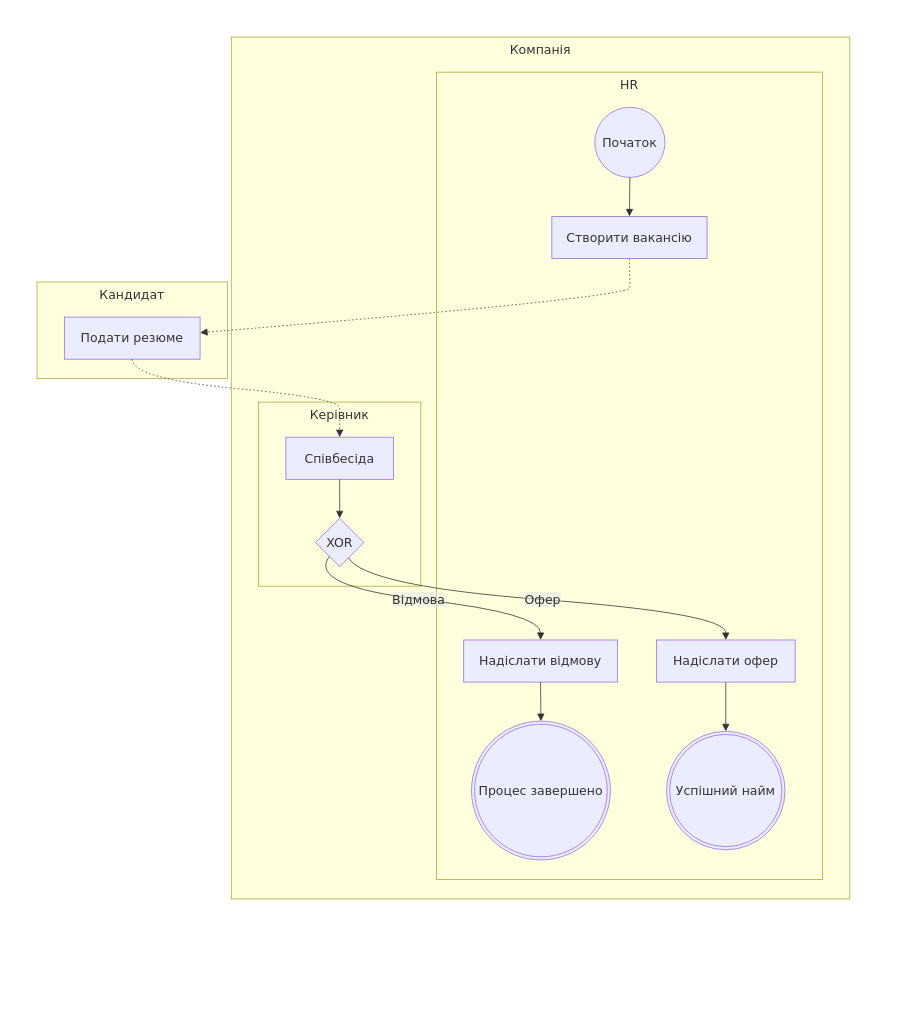
Earlier version of the draw.io diagram docs/sprint1/bpmn/01_hiring.drawio (moggd/tzyaps). Source tidied: cells renumbered, new cells numbered last; positions are measured from the earlier drawing's top-left corner, leaving out a move shared by most shapes. Both pictures are drawn from the tidied source at 78%, with x=0, y=0 at pixel (13, 13).
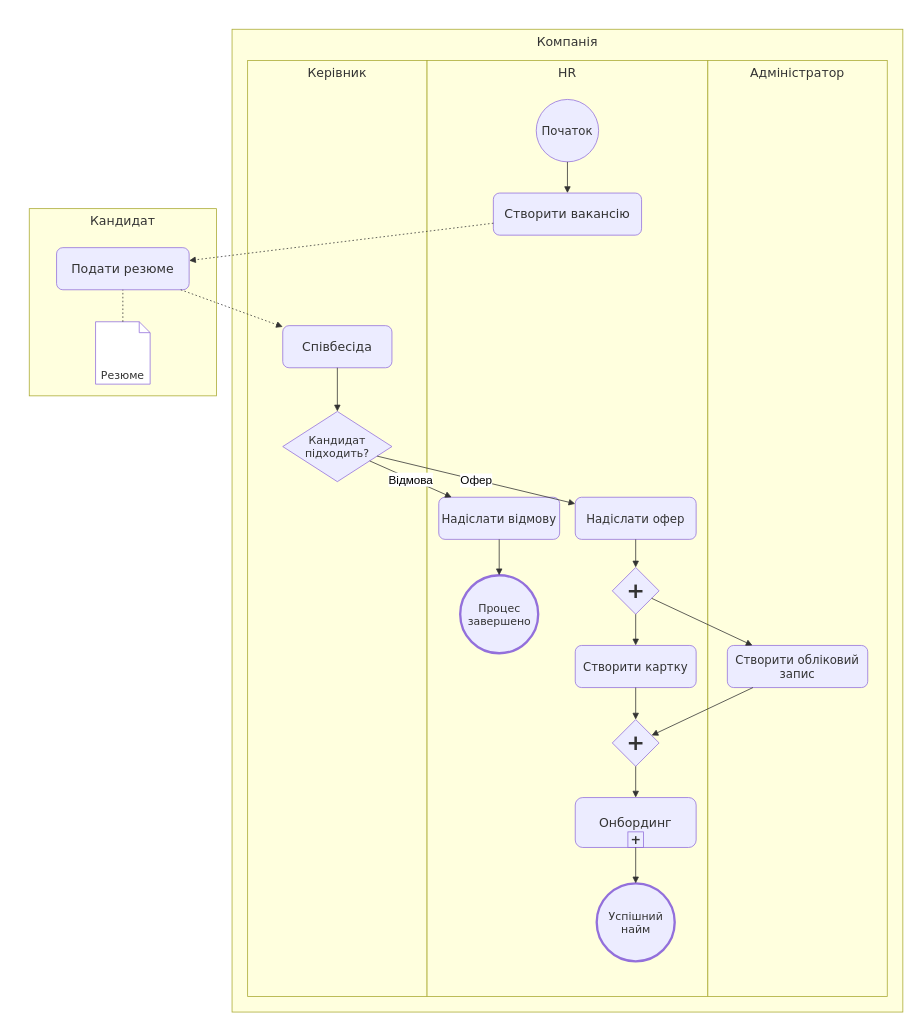
Above is the later version.

Diff of the diagram source:
```diff
@@
-    <mxCell id="2" style="group;transparentBounds=1;editIcon=1;lockedGroup=0;groupPadding=10;" parent="1" vertex="1">
-      <mxGeometry as="geometry" />
-    </mxCell>
+    <mxCell id="20" value="Кандидат" style="html=1;whiteSpace=wrap;strokeWidth=1;verticalAlign=top;fillColor=light-dark(#ffffde,#1f2020);strokeColor=light-dark(#aaaa33,#cccccc);fontColor=light-dark(#333333,#cccccc);fontFamily=Trebuchet MS,Verdana,Arial,sans-serif;fontSize=16;" parent="1" vertex="1">
+      <mxGeometry x="20" y="250" width="240" height="240" as="geometry" />
+    </mxCell>
+    <mxCell id="21" value="Подати резюме" style="rounded=1;whiteSpace=wrap;html=1;strokeWidth=1;fillColor=light-dark(#ECECFF,#1f2020);strokeColor=light-dark(#9370DB,#cccccc);fontColor=light-dark(#333333,#cccccc);fontFamily=Trebuchet MS,Verdana,Arial,sans-serif;fontSize=16;" parent="20" vertex="1">
+      <mxGeometry x="35" y="50" width="170" height="54" as="geometry" />
+    </mxCell>
+    <mxCell id="24" value="Резюме" style="shape=note;whiteSpace=wrap;html=1;size=14;verticalAlign=bottom;fillColor=light-dark(#ffffff,#1f2020);strokeColor=light-dark(#9370DB,#cccccc);fontColor=light-dark(#333333,#cccccc);fontFamily=Trebuchet MS,Verdana,Arial,sans-serif;fontSize=14;" parent="20" vertex="1">
+      <mxGeometry x="85" y="145" width="70" height="80" as="geometry" />
+    </mxCell>
+    <mxCell id="25" style="endArrow=none;dashed=1;dashPattern=2 3;html=1;strokeColor=light-dark(#333333,#cccccc);" parent="20" edge="1" source="24" target="21">
+      <mxGeometry relative="1" as="geometry" />
+    </mxCell>
-    <mxCell id="3" value="Компанія" style="html=1;whiteSpace=wrap;strokeWidth=1;verticalAlign=top;fillColor=light-dark(#ffffde,#1f2020);strokeColor=light-dark(#aaaa33,#cccccc);fontColor=light-dark(#333333,#cccccc);fontFamily=Trebuchet MS,Verdana,Arial,sans-serif;fontSize=16;" parent="2" vertex="1">
-      <mxGeometry x="279" y="30" width="793" height="1105" as="geometry" />
+    <mxCell id="3" value="Компанія" style="html=1;whiteSpace=wrap;strokeWidth=1;verticalAlign=top;fillColor=light-dark(#ffffde,#1f2020);strokeColor=light-dark(#aaaa33,#cccccc);fontColor=light-dark(#333333,#cccccc);fontFamily=Trebuchet MS,Verdana,Arial,sans-serif;fontSize=16;" parent="1" vertex="1">
+      <mxGeometry x="280" y="20" width="860" height="1260" as="geometry" />
     </mxCell>
+    <mxCell id="14" value="Керівник" style="html=1;whiteSpace=wrap;strokeWidth=1;verticalAlign=top;fillColor=light-dark(#ffffde,#1f2020);strokeColor=light-dark(#aaaa33,#cccccc);fontColor=light-dark(#333333,#cccccc);fontFamily=Trebuchet MS,Verdana,Arial,sans-serif;fontSize=16;" parent="3" vertex="1">
+      <mxGeometry x="20" y="40" width="230" height="1200" as="geometry" />
+    </mxCell>
+    <mxCell id="15" value="Співбесіда" style="rounded=1;whiteSpace=wrap;html=1;strokeWidth=1;fillColor=light-dark(#ECECFF,#1f2020);strokeColor=light-dark(#9370DB,#cccccc);fontColor=light-dark(#333333,#cccccc);fontFamily=Trebuchet MS,Verdana,Arial,sans-serif;fontSize=16;" parent="14" vertex="1">
+      <mxGeometry x="45" y="340" width="140" height="54" as="geometry" />
+    </mxCell>
+    <mxCell id="26" value="Кандидат підходить?" style="rhombus;whiteSpace=wrap;html=1;strokeWidth=1;fillColor=light-dark(#ECECFF,#1f2020);strokeColor=light-dark(#9370DB,#cccccc);fontColor=light-dark(#333333,#cccccc);fontFamily=Trebuchet MS,Verdana,Arial,sans-serif;fontSize=14;" parent="14" vertex="1">
+      <mxGeometry x="45" y="450" width="140" height="90" as="geometry" />
+    </mxCell>
+    <mxCell id="27" style="endArrow=block;endFill=1;html=1;strokeColor=light-dark(#333333,#cccccc);" parent="14" edge="1" source="15" target="26">
+      <mxGeometry relative="1" as="geometry" />
+    </mxCell>
     <mxCell id="4" value="HR" style="html=1;whiteSpace=wrap;strokeWidth=1;verticalAlign=top;fillColor=light-dark(#ffffde,#1f2020);strokeColor=light-dark(#aaaa33,#cccccc);fontColor=light-dark(#333333,#cccccc);fontFamily=Trebuchet MS,Verdana,Arial,sans-serif;fontSize=16;" parent="3" vertex="1">
-      <mxGeometry x="263" y="45" width="495" height="1035" as="geometry" />
+      <mxGeometry x="250" y="40" width="360" height="1200" as="geometry" />
     </mxCell>
-    <mxCell id="5" value="Початок" style="ellipse;html=1;strokeWidth=1;whiteSpace=wrap;fillColor=light-dark(#ECECFF,#1f2020);strokeColor=light-dark(#9370DB,#cccccc);fontColor=light-dark(#333333,#cccccc);fontFamily=Trebuchet MS,Verdana,Arial,sans-serif;fontSize=16;" parent="4" vertex="1">
-      <mxGeometry x="203" y="45" width="90" height="90" as="geometry" />
+    <mxCell id="5" value="Початок" style="ellipse;whiteSpace=wrap;html=1;strokeWidth=1;fillColor=light-dark(#ECECFF,#1f2020);strokeColor=light-dark(#9370DB,#cccccc);fontColor=light-dark(#333333,#cccccc);fontFamily=Trebuchet MS,Verdana,Arial,sans-serif;fontSize=15;" parent="4" vertex="1">
+      <mxGeometry x="140" y="50" width="80" height="80" as="geometry" />
     </mxCell>
-    <mxCell id="6" value="Створити вакансію" style="html=1;whiteSpace=wrap;strokeWidth=1;fillColor=light-dark(#ECECFF,#1f2020);strokeColor=light-dark(#9370DB,#cccccc);fontColor=light-dark(#333333,#cccccc);fontFamily=Trebuchet MS,Verdana,Arial,sans-serif;fontSize=16;" parent="4" vertex="1">
-      <mxGeometry x="148" y="185" width="199" height="54" as="geometry" />
+    <mxCell id="6" value="Створити вакансію" style="rounded=1;whiteSpace=wrap;html=1;strokeWidth=1;fillColor=light-dark(#ECECFF,#1f2020);strokeColor=light-dark(#9370DB,#cccccc);fontColor=light-dark(#333333,#cccccc);fontFamily=Trebuchet MS,Verdana,Arial,sans-serif;fontSize=16;" parent="4" vertex="1">
+      <mxGeometry x="85" y="170" width="190" height="54" as="geometry" />
     </mxCell>
-    <mxCell id="7" value="Надіслати офер" style="html=1;whiteSpace=wrap;strokeWidth=1;fillColor=light-dark(#ECECFF,#1f2020);strokeColor=light-dark(#9370DB,#cccccc);fontColor=light-dark(#333333,#cccccc);fontFamily=Trebuchet MS,Verdana,Arial,sans-serif;fontSize=16;" parent="4" vertex="1">
-      <mxGeometry x="282" y="728" width="178" height="54" as="geometry" />
-    </mxCell>
-    <mxCell id="8" value="Успішний найм" style="ellipse;html=1;shape=doubleEllipse;strokeWidth=1;whiteSpace=wrap;fillColor=light-dark(#ECECFF,#1f2020);strokeColor=light-dark(#9370DB,#cccccc);fontColor=light-dark(#333333,#cccccc);fontFamily=Trebuchet MS,Verdana,Arial,sans-serif;fontSize=16;" parent="4" vertex="1">
-      <mxGeometry x="295" y="845" width="152" height="152" as="geometry" />
-    </mxCell>
+    <mxCell id="11" style="endArrow=block;endFill=1;html=1;strokeColor=light-dark(#333333,#cccccc);" parent="4" edge="1" source="5" target="6">
+      <mxGeometry relative="1" as="geometry" />
+    </mxCell>
-    <mxCell id="9" value="Надіслати відмову" style="html=1;whiteSpace=wrap;strokeWidth=1;fillColor=light-dark(#ECECFF,#1f2020);strokeColor=light-dark(#9370DB,#cccccc);fontColor=light-dark(#333333,#cccccc);fontFamily=Trebuchet MS,Verdana,Arial,sans-serif;fontSize=16;" parent="4" vertex="1">
-      <mxGeometry x="35" y="728" width="197" height="54" as="geometry" />
+    <mxCell id="9" value="Надіслати відмову" style="rounded=1;whiteSpace=wrap;html=1;strokeWidth=1;fillColor=light-dark(#ECECFF,#1f2020);strokeColor=light-dark(#9370DB,#cccccc);fontColor=light-dark(#333333,#cccccc);fontFamily=Trebuchet MS,Verdana,Arial,sans-serif;fontSize=15;" parent="4" vertex="1">
+      <mxGeometry x="15" y="560" width="155" height="54" as="geometry" />
     </mxCell>
-    <mxCell id="10" value="Процес завершено" style="ellipse;html=1;shape=doubleEllipse;strokeWidth=1;whiteSpace=wrap;fillColor=light-dark(#ECECFF,#1f2020);strokeColor=light-dark(#9370DB,#cccccc);fontColor=light-dark(#333333,#cccccc);fontFamily=Trebuchet MS,Verdana,Arial,sans-serif;fontSize=16;" parent="4" vertex="1">
-      <mxGeometry x="45" y="832" width="178" height="178" as="geometry" />
+    <mxCell id="10" value="Процес завершено" style="ellipse;whiteSpace=wrap;html=1;strokeWidth=3;fillColor=light-dark(#ECECFF,#1f2020);strokeColor=light-dark(#9370DB,#cccccc);fontColor=light-dark(#333333,#cccccc);fontFamily=Trebuchet MS,Verdana,Arial,sans-serif;fontSize=14;" parent="4" vertex="1">
+      <mxGeometry x="42.5" y="660" width="100" height="100" as="geometry" />
     </mxCell>
-    <mxCell id="11" style="curved=1;startArrow=none;endArrow=block;endSize=7;strokeColor=light-dark(#333333,#cccccc);exitX=0.5;exitY=1;entryX=0.5;entryY=0;rounded=0;" parent="4" edge="1" source="5" target="6">
-      <mxGeometry relative="1" as="geometry" />
-    </mxCell>
-    <mxCell id="12" style="curved=1;startArrow=none;endArrow=block;endSize=7;strokeColor=light-dark(#333333,#cccccc);exitX=0.5;exitY=1;entryX=0.5;entryY=0;rounded=0;" parent="4" edge="1" source="7" target="8">
-      <mxGeometry relative="1" as="geometry" />
-    </mxCell>
-    <mxCell id="13" style="curved=1;startArrow=none;endArrow=block;endSize=7;strokeColor=light-dark(#333333,#cccccc);exitX=0.5;exitY=1;entryX=0.5;entryY=0;rounded=0;" parent="4" edge="1" source="9" target="10">
+    <mxCell id="13" style="endArrow=block;endFill=1;html=1;strokeColor=light-dark(#333333,#cccccc);" parent="4" edge="1" source="9" target="10">
       <mxGeometry relative="1" as="geometry" />
     </mxCell>
-    <mxCell id="14" value="Керівник" style="html=1;whiteSpace=wrap;strokeWidth=1;verticalAlign=top;fillColor=light-dark(#ffffde,#1f2020);strokeColor=light-dark(#aaaa33,#cccccc);fontColor=light-dark(#333333,#cccccc);fontFamily=Trebuchet MS,Verdana,Arial,sans-serif;fontSize=16;" parent="3" vertex="1">
-      <mxGeometry x="35" y="468" width="208" height="236" as="geometry" />
-    </mxCell>
-    <mxCell id="15" value="Співбесіда" style="html=1;whiteSpace=wrap;strokeWidth=1;fillColor=light-dark(#ECECFF,#1f2020);strokeColor=light-dark(#9370DB,#cccccc);fontColor=light-dark(#333333,#cccccc);fontFamily=Trebuchet MS,Verdana,Arial,sans-serif;fontSize=16;" parent="14" vertex="1">
-      <mxGeometry x="35" y="45" width="138" height="54" as="geometry" />
-    </mxCell>
-    <mxCell id="16" value="XOR" style="rhombus;html=1;strokeWidth=1;whiteSpace=wrap;fillColor=light-dark(#ECECFF,#1f2020);strokeColor=light-dark(#9370DB,#cccccc);fontColor=light-dark(#333333,#cccccc);fontFamily=Trebuchet MS,Verdana,Arial,sans-serif;fontSize=16;" parent="14" vertex="1">
-      <mxGeometry x="73" y="149" width="62" height="62" as="geometry" />
-    </mxCell>
-    <mxCell id="17" style="curved=1;startArrow=none;endArrow=block;endSize=7;strokeColor=light-dark(#333333,#cccccc);exitX=0.5;exitY=1;entryX=0.5;entryY=0;rounded=0;" parent="14" edge="1" source="15" target="16">
-      <mxGeometry relative="1" as="geometry" />
-    </mxCell>
+    <mxCell id="7" value="Надіслати офер" style="rounded=1;whiteSpace=wrap;html=1;strokeWidth=1;fillColor=light-dark(#ECECFF,#1f2020);strokeColor=light-dark(#9370DB,#cccccc);fontColor=light-dark(#333333,#cccccc);fontFamily=Trebuchet MS,Verdana,Arial,sans-serif;fontSize=15;" parent="4" vertex="1">
+      <mxGeometry x="190" y="560" width="155" height="54" as="geometry" />
+    </mxCell>
+    <mxCell id="28" value="+" style="rhombus;whiteSpace=wrap;html=1;strokeWidth=1;fillColor=light-dark(#ECECFF,#1f2020);strokeColor=light-dark(#9370DB,#cccccc);fontColor=light-dark(#333333,#cccccc);fontFamily=Trebuchet MS,Verdana,Arial,sans-serif;fontSize=28;fontStyle=1;" parent="4" vertex="1">
+      <mxGeometry x="237.5" y="650" width="60" height="60" as="geometry" />
+    </mxCell>
+    <mxCell id="29" style="endArrow=block;endFill=1;html=1;strokeColor=light-dark(#333333,#cccccc);" parent="4" edge="1" source="7" target="28">
+      <mxGeometry relative="1" as="geometry" />
+    </mxCell>
+    <mxCell id="30" value="Створити картку" style="rounded=1;whiteSpace=wrap;html=1;strokeWidth=1;fillColor=light-dark(#ECECFF,#1f2020);strokeColor=light-dark(#9370DB,#cccccc);fontColor=light-dark(#333333,#cccccc);fontFamily=Trebuchet MS,Verdana,Arial,sans-serif;fontSize=15;" parent="4" vertex="1">
+      <mxGeometry x="190" y="750" width="155" height="54" as="geometry" />
+    </mxCell>
+    <mxCell id="31" style="endArrow=block;endFill=1;html=1;strokeColor=light-dark(#333333,#cccccc);" parent="4" edge="1" source="28" target="30">
+      <mxGeometry relative="1" as="geometry" />
+    </mxCell>
+    <mxCell id="32" value="+" style="rhombus;whiteSpace=wrap;html=1;strokeWidth=1;fillColor=light-dark(#ECECFF,#1f2020);strokeColor=light-dark(#9370DB,#cccccc);fontColor=light-dark(#333333,#cccccc);fontFamily=Trebuchet MS,Verdana,Arial,sans-serif;fontSize=28;fontStyle=1;" parent="4" vertex="1">
+      <mxGeometry x="237.5" y="845" width="60" height="60" as="geometry" />
+    </mxCell>
+    <mxCell id="33" style="endArrow=block;endFill=1;html=1;strokeColor=light-dark(#333333,#cccccc);" parent="4" edge="1" source="30" target="32">
+      <mxGeometry relative="1" as="geometry" />
+    </mxCell>
+    <mxCell id="34" value="Онбординг" style="rounded=1;whiteSpace=wrap;html=1;strokeWidth=1;fillColor=light-dark(#ECECFF,#1f2020);strokeColor=light-dark(#9370DB,#cccccc);fontColor=light-dark(#333333,#cccccc);fontFamily=Trebuchet MS,Verdana,Arial,sans-serif;fontSize=16;" parent="4" vertex="1">
+      <mxGeometry x="190" y="945" width="155" height="64" as="geometry" />
+    </mxCell>
+    <mxCell id="35" value="+" style="rounded=0;whiteSpace=wrap;html=1;strokeWidth=1;fillColor=none;strokeColor=light-dark(#9370DB,#cccccc);fontColor=light-dark(#333333,#cccccc);fontFamily=Trebuchet MS,Verdana,Arial,sans-serif;fontSize=16;fontStyle=1;" parent="34" vertex="1">
+      <mxGeometry x="67.5" y="44" width="20" height="20" as="geometry" />
+    </mxCell>
+    <mxCell id="36" style="endArrow=block;endFill=1;html=1;strokeColor=light-dark(#333333,#cccccc);" parent="4" edge="1" source="32" target="34">
+      <mxGeometry relative="1" as="geometry" />
+    </mxCell>
+    <mxCell id="8" value="Успішний найм" style="ellipse;whiteSpace=wrap;html=1;strokeWidth=3;fillColor=light-dark(#ECECFF,#1f2020);strokeColor=light-dark(#9370DB,#cccccc);fontColor=light-dark(#333333,#cccccc);fontFamily=Trebuchet MS,Verdana,Arial,sans-serif;fontSize=14;" parent="4" vertex="1">
+      <mxGeometry x="217.5" y="1055" width="100" height="100" as="geometry" />
+    </mxCell>
+    <mxCell id="37" style="endArrow=block;endFill=1;html=1;strokeColor=light-dark(#333333,#cccccc);" parent="4" edge="1" source="34" target="8">
+      <mxGeometry relative="1" as="geometry" />
+    </mxCell>
+    <mxCell id="38" value="Адміністратор" style="html=1;whiteSpace=wrap;strokeWidth=1;verticalAlign=top;fillColor=light-dark(#ffffde,#1f2020);strokeColor=light-dark(#aaaa33,#cccccc);fontColor=light-dark(#333333,#cccccc);fontFamily=Trebuchet MS,Verdana,Arial,sans-serif;fontSize=16;" parent="3" vertex="1">
+      <mxGeometry x="610" y="40" width="230" height="1200" as="geometry" />
+    </mxCell>
+    <mxCell id="39" value="Створити обліковий запис" style="rounded=1;whiteSpace=wrap;html=1;strokeWidth=1;fillColor=light-dark(#ECECFF,#1f2020);strokeColor=light-dark(#9370DB,#cccccc);fontColor=light-dark(#333333,#cccccc);fontFamily=Trebuchet MS,Verdana,Arial,sans-serif;fontSize=15;" parent="38" vertex="1">
+      <mxGeometry x="25" y="750" width="180" height="54" as="geometry" />
+    </mxCell>
+    <mxCell id="19" value="Відмова" style="endArrow=block;endFill=1;html=1;strokeColor=light-dark(#333333,#cccccc);fontSize=15;" parent="3" edge="1" source="26" target="9">
+      <mxGeometry relative="1" as="geometry" />
+    </mxCell>
-    <mxCell id="18" value="Офер" style="curved=1;startArrow=none;endArrow=block;endSize=7;strokeColor=light-dark(#333333,#cccccc);html=1;fontSize=16;labelBackgroundColor=light-dark(#E8E8E88D,#2a2a2a8D);fontFamily=Trebuchet MS,Verdana,Arial,sans-serif;fontColor=light-dark(#333333,#cccccc);exitX=0.79;exitY=1;entryX=0.5;entryY=0;rounded=0;" parent="3" edge="1" source="16" target="7">
-      <mxGeometry relative="1" as="geometry">
-        <Array as="points">
-          <mxPoint x="171" y="704" />
-          <mxPoint x="634" y="739" />
-        </Array>
-      </mxGeometry>
+    <mxCell id="18" value="Офер" style="endArrow=block;endFill=1;html=1;strokeColor=light-dark(#333333,#cccccc);fontSize=15;" parent="3" edge="1" source="26" target="7">
+      <mxGeometry relative="1" as="geometry" />
     </mxCell>
-    <mxCell id="19" value="Відмова" style="curved=1;startArrow=none;endArrow=block;endSize=7;strokeColor=light-dark(#333333,#cccccc);html=1;fontSize=16;labelBackgroundColor=light-dark(#E8E8E88D,#2a2a2a8D);fontFamily=Trebuchet MS,Verdana,Arial,sans-serif;fontColor=light-dark(#333333,#cccccc);exitX=0.13;exitY=1;entryX=0.5;entryY=0;rounded=0;" parent="3" edge="1" source="16" target="9">
-      <mxGeometry relative="1" as="geometry">
-        <Array as="points">
-          <mxPoint x="97" y="704" />
-          <mxPoint x="397" y="739" />
-        </Array>
-      </mxGeometry>
-    </mxCell>
-    <mxCell id="20" value="Кандидат" style="html=1;whiteSpace=wrap;strokeWidth=1;verticalAlign=top;fillColor=light-dark(#ffffde,#1f2020);strokeColor=light-dark(#aaaa33,#cccccc);fontColor=light-dark(#333333,#cccccc);fontFamily=Trebuchet MS,Verdana,Arial,sans-serif;fontSize=16;" parent="2" vertex="1">
-      <mxGeometry x="30" y="344" width="244" height="124" as="geometry" />
-    </mxCell>
-    <mxCell id="21" value="Подати резюме" style="html=1;whiteSpace=wrap;strokeWidth=1;fillColor=light-dark(#ECECFF,#1f2020);strokeColor=light-dark(#9370DB,#cccccc);fontColor=light-dark(#333333,#cccccc);fontFamily=Trebuchet MS,Verdana,Arial,sans-serif;fontSize=16;" parent="20" vertex="1">
-      <mxGeometry x="35" y="45" width="174" height="54" as="geometry" />
-    </mxCell>
+    <mxCell id="40" style="endArrow=block;endFill=1;html=1;strokeColor=light-dark(#333333,#cccccc);" parent="3" edge="1" source="28" target="39">
+      <mxGeometry relative="1" as="geometry" />
+    </mxCell>
+    <mxCell id="41" style="endArrow=block;endFill=1;html=1;strokeColor=light-dark(#333333,#cccccc);" parent="3" edge="1" source="39" target="32">
+      <mxGeometry relative="1" as="geometry" />
+    </mxCell>
-    <mxCell id="22" style="curved=1;dashed=1;dashPattern=2 3;fixDash=1;startArrow=none;endArrow=block;endSize=7;strokeColor=light-dark(#333333,#cccccc);exitX=0.5;exitY=1;entryX=1;entryY=0.37;rounded=0;" parent="2" edge="1" source="6" target="21">
-      <mxGeometry relative="1" as="geometry">
-        <Array as="points">
-          <mxPoint x="790" y="339" />
-          <mxPoint x="790" y="364" />
-        </Array>
-      </mxGeometry>
+    <mxCell id="22" style="endArrow=block;endFill=1;dashed=1;dashPattern=2 3;html=1;strokeColor=light-dark(#333333,#cccccc);" parent="1" edge="1" source="6" target="21">
+      <mxGeometry relative="1" as="geometry" />
     </mxCell>
-    <mxCell id="23" style="curved=1;dashed=1;dashPattern=2 3;fixDash=1;startArrow=none;endArrow=block;endSize=7;strokeColor=light-dark(#333333,#cccccc);exitX=0.5;exitY=1;entryX=0.5;entryY=0;rounded=0;" parent="2" edge="1" source="21" target="15">
-      <mxGeometry relative="1" as="geometry">
-        <Array as="points">
-          <mxPoint x="152" y="468" />
-          <mxPoint x="418" y="493" />
-          <mxPoint x="418" y="518" />
-        </Array>
-      </mxGeometry>
+    <mxCell id="23" style="endArrow=block;endFill=1;dashed=1;dashPattern=2 3;html=1;strokeColor=light-dark(#333333,#cccccc);" parent="1" edge="1" source="21" target="15">
+      <mxGeometry relative="1" as="geometry" />
     </mxCell>
```
